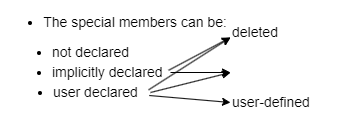
The draw.io diagram cpp/pics/sm1.drawio.png in zhaoyan/dev_doc, before a commit. Source tidied: cells renumbered, new cells last; positions are measured from the earlier drawing's top-left corner, leaving out a move shared by most shapes.
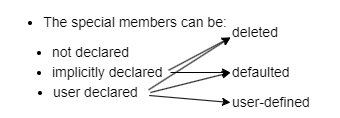
Later version of the same file.

What changed in the source:
```diff
@@ -43,5 +43,8 @@
     <mxCell id="12" style="endArrow=classic;html=1;rounded=0;entryX=0;entryY=0.5;entryDx=0;entryDy=0;exitX=0.991;exitY=0.6;exitDx=0;exitDy=0;exitPerimeter=0;" parent="1" edge="1" source="4" target="7">
       <mxGeometry relative="1" as="geometry" />
     </mxCell>
+    <mxCell id="13" value="defaulted" style="text;html=1;align=left;verticalAlign=middle;whiteSpace=wrap;rounded=0;fontSize=14;" parent="1" vertex="1">
+      <mxGeometry x="230" y="50" width="60" height="30" as="geometry" />
+    </mxCell>
   </root>
 </mxGraphModel>
```
